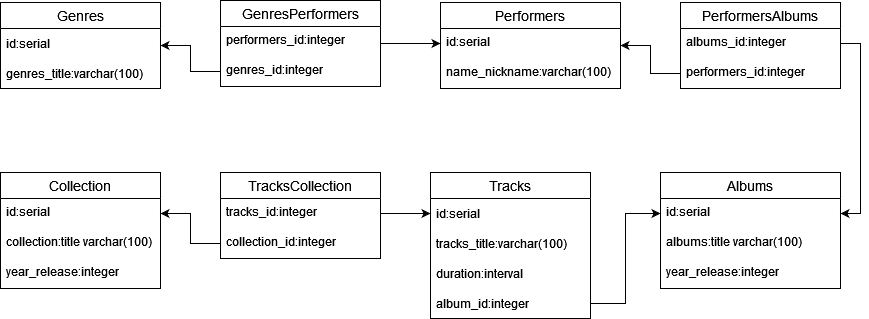
Above: Music service.png in AlexandrK18/BD_Communications (draw.io), before the change. Source tidied: cells renumbered, new cells last; positions are measured from the earlier drawing's top-left corner, leaving out a move shared by most shapes. The source it was exported from:
```xml
<mxGraphModel>
  <root>
    <mxCell id="0" />
    <mxCell id="1" parent="0" />
    <mxCell id="2" value="Performers" style="swimlane;fontStyle=0;horizontal=1;startSize=26;align=center;fontSize=14;" parent="1" vertex="1">
      <mxGeometry x="440" y="2" width="180" height="86" as="geometry" />
    </mxCell>
    <mxCell id="3" value="id:serial " style="text;strokeColor=none;fillColor=none;spacingLeft=4;spacingRight=4;overflow=hidden;points=[[0,0.5],[1,0.5]];portConstraint=eastwest;fontSize=12;" parent="2" vertex="1">
      <mxGeometry y="26" width="180" height="30" as="geometry" />
    </mxCell>
    <mxCell id="4" value="name_nickname:varchar(100)" style="text;strokeColor=none;fillColor=none;spacingLeft=4;spacingRight=4;overflow=hidden;fontSize=12;" parent="2" vertex="1">
      <mxGeometry y="56" width="180" height="30" as="geometry" />
    </mxCell>
    <mxCell id="5" value="Albums " style="swimlane;fontStyle=0;horizontal=1;startSize=26;align=center;fontSize=14;verticalAlign=middle;" parent="1" vertex="1">
      <mxGeometry x="660" y="172" width="180" height="116" as="geometry" />
    </mxCell>
    <mxCell id="6" value="id:serial " style="text;strokeColor=none;fillColor=none;spacingLeft=4;spacingRight=4;overflow=hidden;points=[[0,0.5],[1,0.5]];portConstraint=eastwest;fontSize=12;" parent="5" vertex="1">
      <mxGeometry y="26" width="180" height="30" as="geometry" />
    </mxCell>
    <mxCell id="7" value="albums:title varchar(100)" style="text;strokeColor=none;fillColor=none;spacingLeft=4;spacingRight=4;overflow=hidden;fontSize=12;" parent="5" vertex="1">
      <mxGeometry y="56" width="180" height="30" as="geometry" />
    </mxCell>
    <mxCell id="8" value="year_release:integer" style="text;strokeColor=none;fillColor=none;spacingLeft=4;spacingRight=4;overflow=hidden;fontSize=12;labelBorderColor=none;" parent="5" vertex="1">
      <mxGeometry y="86" width="180" height="30" as="geometry" />
    </mxCell>
    <mxCell id="9" value="Tracks" style="swimlane;fontStyle=0;horizontal=1;startSize=26;align=center;fontSize=14;labelBorderColor=none;" parent="1" vertex="1">
      <mxGeometry x="430" y="172" width="160" height="146" as="geometry" />
    </mxCell>
    <mxCell id="10" value="id:serial " style="text;strokeColor=none;fillColor=none;spacingLeft=4;spacingRight=4;overflow=hidden;points=[[0,0.5],[1,0.5]];portConstraint=eastwest;fontSize=12;labelBorderColor=none;verticalAlign=middle;" parent="9" vertex="1">
      <mxGeometry y="26" width="160" height="30" as="geometry" />
    </mxCell>
    <mxCell id="11" value="tracks_title:varchar(100)" style="text;strokeColor=none;fillColor=none;spacingLeft=4;spacingRight=4;overflow=hidden;fontSize=12;labelBorderColor=none;verticalAlign=middle;" parent="9" vertex="1">
      <mxGeometry y="56" width="160" height="30" as="geometry" />
    </mxCell>
    <mxCell id="12" value="duration:interval" style="text;strokeColor=none;fillColor=none;spacingLeft=4;spacingRight=4;overflow=hidden;fontSize=12;labelBorderColor=none;verticalAlign=middle;" parent="9" vertex="1">
      <mxGeometry y="86" width="160" height="30" as="geometry" />
    </mxCell>
    <mxCell id="13" value="album_id:integer" style="text;strokeColor=none;fillColor=none;spacingLeft=4;spacingRight=4;overflow=hidden;points=[[0,0.5],[1,0.5]];portConstraint=eastwest;fontSize=12;labelBorderColor=none;verticalAlign=middle;" parent="9" vertex="1">
      <mxGeometry y="116" width="160" height="30" as="geometry" />
    </mxCell>
    <mxCell id="14" value="Genres" style="swimlane;fontStyle=0;horizontal=1;startSize=26;align=center;fontSize=14;labelBorderColor=none;" parent="1" vertex="1">
      <mxGeometry y="2" width="160" height="86" as="geometry" />
    </mxCell>
    <mxCell id="15" value="id:serial " style="text;strokeColor=none;fillColor=none;spacingLeft=4;spacingRight=4;overflow=hidden;fontSize=12;labelBorderColor=none;verticalAlign=middle;" parent="14" vertex="1">
      <mxGeometry y="26" width="160" height="30" as="geometry" />
    </mxCell>
    <mxCell id="16" value="genres_title:varchar(100)" style="text;strokeColor=none;fillColor=none;spacingLeft=4;spacingRight=4;overflow=hidden;fontSize=12;labelBorderColor=none;verticalAlign=middle;" parent="14" vertex="1">
      <mxGeometry y="56" width="160" height="30" as="geometry" />
    </mxCell>
    <mxCell id="17" value="Collection" style="swimlane;fontStyle=0;horizontal=1;startSize=26;align=center;fontSize=14;" parent="1" vertex="1">
      <mxGeometry y="172" width="160" height="116" as="geometry" />
    </mxCell>
    <mxCell id="18" value="id:serial " style="text;strokeColor=none;fillColor=none;spacingLeft=4;spacingRight=4;overflow=hidden;points=[[0,0.5],[1,0.5]];portConstraint=eastwest;fontSize=12;" parent="17" vertex="1">
      <mxGeometry y="26" width="160" height="30" as="geometry" />
    </mxCell>
    <mxCell id="19" value="collection:title varchar(100)" style="text;strokeColor=none;fillColor=none;spacingLeft=4;spacingRight=4;overflow=hidden;fontSize=12;" parent="17" vertex="1">
      <mxGeometry y="56" width="160" height="30" as="geometry" />
    </mxCell>
    <mxCell id="20" value="year_release:integer" style="text;strokeColor=none;fillColor=none;spacingLeft=4;spacingRight=4;overflow=hidden;fontSize=12;" parent="17" vertex="1">
      <mxGeometry y="86" width="160" height="30" as="geometry" />
    </mxCell>
    <mxCell id="21" style="edgeStyle=orthogonalEdgeStyle;rounded=0;jettySize=auto;html=1;exitX=1;exitY=0.5;exitDx=0;exitDy=0;" parent="1" edge="1" source="22" target="3">
      <mxGeometry relative="1" as="geometry" />
    </mxCell>
    <mxCell id="22" value="GenresPerformers" style="swimlane;fontStyle=0;horizontal=1;startSize=26;align=center;fontSize=14;" parent="1" vertex="1">
      <mxGeometry x="220" width="160" height="86" as="geometry" />
    </mxCell>
    <mxCell id="23" value="performers_id:integer " style="text;strokeColor=none;fillColor=none;spacingLeft=4;spacingRight=4;overflow=hidden;fontSize=12;" parent="22" vertex="1">
      <mxGeometry y="26" width="160" height="30" as="geometry" />
    </mxCell>
    <mxCell id="24" value="genres_id:integer " style="text;strokeColor=none;fillColor=none;spacingLeft=4;spacingRight=4;overflow=hidden;points=[[0,0.5],[1,0.5]];portConstraint=eastwest;fontSize=12;" parent="22" vertex="1">
      <mxGeometry y="56" width="160" height="30" as="geometry" />
    </mxCell>
    <mxCell id="25" style="edgeStyle=orthogonalEdgeStyle;rounded=0;jettySize=auto;html=1;entryX=1;entryY=0.5;entryDx=0;entryDy=0;" parent="1" edge="1" source="24" target="14">
      <mxGeometry relative="1" as="geometry" />
    </mxCell>
    <mxCell id="26" value="PerformersAlbums " style="swimlane;fontStyle=0;horizontal=1;startSize=26;align=center;fontSize=14;" parent="1" vertex="1">
      <mxGeometry x="680" y="2" width="160" height="86" as="geometry" />
    </mxCell>
    <mxCell id="27" value="albums_id:integer " style="text;strokeColor=none;fillColor=none;spacingLeft=4;spacingRight=4;overflow=hidden;points=[[0,0.5],[1,0.5]];portConstraint=eastwest;fontSize=12;" parent="26" vertex="1">
      <mxGeometry y="26" width="160" height="30" as="geometry" />
    </mxCell>
    <mxCell id="28" value="performers_id:integer " style="text;strokeColor=none;fillColor=none;spacingLeft=4;spacingRight=4;overflow=hidden;points=[[0,0.5],[1,0.5]];portConstraint=eastwest;fontSize=12;" parent="26" vertex="1">
      <mxGeometry y="56" width="160" height="30" as="geometry" />
    </mxCell>
    <mxCell id="29" style="edgeStyle=orthogonalEdgeStyle;rounded=0;jettySize=auto;html=1;entryX=1;entryY=0.5;entryDx=0;entryDy=0;" parent="1" edge="1" source="28" target="2">
      <mxGeometry relative="1" as="geometry" />
    </mxCell>
    <mxCell id="30" style="edgeStyle=orthogonalEdgeStyle;rounded=0;jettySize=auto;html=1;exitX=1;exitY=0.5;exitDx=0;exitDy=0;" parent="1" edge="1" source="27" target="6">
      <mxGeometry relative="1" as="geometry" />
    </mxCell>
    <mxCell id="31" value="TracksCollection" style="swimlane;fontStyle=0;horizontal=1;startSize=26;align=center;fontSize=14;" parent="1" vertex="1">
      <mxGeometry x="220" y="172" width="160" height="86" as="geometry" />
    </mxCell>
    <mxCell id="32" value="tracks_id:integer " style="text;strokeColor=none;fillColor=none;spacingLeft=4;spacingRight=4;overflow=hidden;points=[[0,0.5],[1,0.5]];portConstraint=eastwest;fontSize=12;" parent="31" vertex="1">
      <mxGeometry y="26" width="160" height="30" as="geometry" />
    </mxCell>
    <mxCell id="33" value="collection_id:integer " style="text;strokeColor=none;fillColor=none;spacingLeft=4;spacingRight=4;overflow=hidden;points=[[0,0.5],[1,0.5]];portConstraint=eastwest;fontSize=12;" parent="31" vertex="1">
      <mxGeometry y="56" width="160" height="30" as="geometry" />
    </mxCell>
    <mxCell id="34" style="edgeStyle=orthogonalEdgeStyle;rounded=0;jettySize=auto;html=1;exitX=1;exitY=0.5;exitDx=0;exitDy=0;" parent="1" edge="1" source="13" target="6">
      <mxGeometry relative="1" as="geometry" />
    </mxCell>
    <mxCell id="35" style="edgeStyle=orthogonalEdgeStyle;rounded=0;jettySize=auto;html=1;exitX=1;exitY=0.5;exitDx=0;exitDy=0;entryX=0;entryY=0.5;entryDx=0;entryDy=0;" parent="1" edge="1" source="32" target="10">
      <mxGeometry relative="1" as="geometry" />
    </mxCell>
    <mxCell id="36" style="edgeStyle=orthogonalEdgeStyle;rounded=0;jettySize=auto;html=1;exitX=0;exitY=0.5;exitDx=0;exitDy=0;entryX=1;entryY=0.5;entryDx=0;entryDy=0;" parent="1" edge="1" source="33" target="18">
      <mxGeometry relative="1" as="geometry" />
    </mxCell>
  </root>
</mxGraphModel>
```
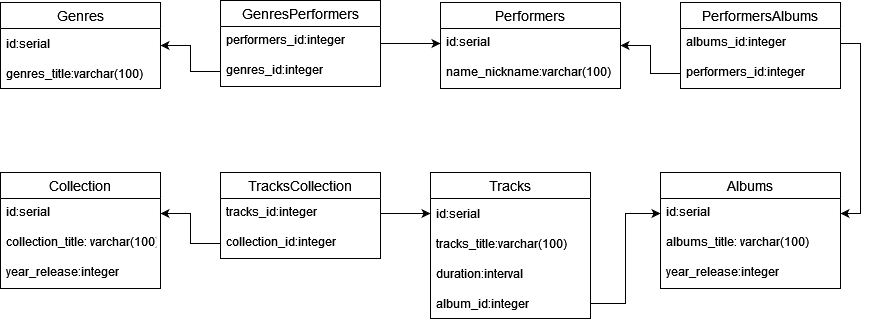
After the change.

Diff of the diagram source:
```diff
@@ -17,7 +17,7 @@
     <mxCell id="6" value="id:serial " style="text;strokeColor=none;fillColor=none;spacingLeft=4;spacingRight=4;overflow=hidden;points=[[0,0.5],[1,0.5]];portConstraint=eastwest;fontSize=12;" parent="5" vertex="1">
       <mxGeometry y="26" width="180" height="30" as="geometry" />
     </mxCell>
-    <mxCell id="7" value="albums:title varchar(100)" style="text;strokeColor=none;fillColor=none;spacingLeft=4;spacingRight=4;overflow=hidden;fontSize=12;" parent="5" vertex="1">
+    <mxCell id="7" value="albums_title: varchar(100)" style="text;strokeColor=none;fillColor=none;spacingLeft=4;spacingRight=4;overflow=hidden;fontSize=12;" parent="5" vertex="1">
       <mxGeometry y="56" width="180" height="30" as="geometry" />
     </mxCell>
     <mxCell id="8" value="year_release:integer" style="text;strokeColor=none;fillColor=none;spacingLeft=4;spacingRight=4;overflow=hidden;fontSize=12;labelBorderColor=none;" parent="5" vertex="1">
@@ -53,7 +53,7 @@
     <mxCell id="18" value="id:serial " style="text;strokeColor=none;fillColor=none;spacingLeft=4;spacingRight=4;overflow=hidden;points=[[0,0.5],[1,0.5]];portConstraint=eastwest;fontSize=12;" parent="17" vertex="1">
       <mxGeometry y="26" width="160" height="30" as="geometry" />
     </mxCell>
-    <mxCell id="19" value="collection:title varchar(100)" style="text;strokeColor=none;fillColor=none;spacingLeft=4;spacingRight=4;overflow=hidden;fontSize=12;" parent="17" vertex="1">
+    <mxCell id="19" value="collection_title: varchar(100)" style="text;strokeColor=none;fillColor=none;spacingLeft=4;spacingRight=4;overflow=hidden;fontSize=12;" parent="17" vertex="1">
       <mxGeometry y="56" width="160" height="30" as="geometry" />
     </mxCell>
     <mxCell id="20" value="year_release:integer" style="text;strokeColor=none;fillColor=none;spacingLeft=4;spacingRight=4;overflow=hidden;fontSize=12;" parent="17" vertex="1">
```
